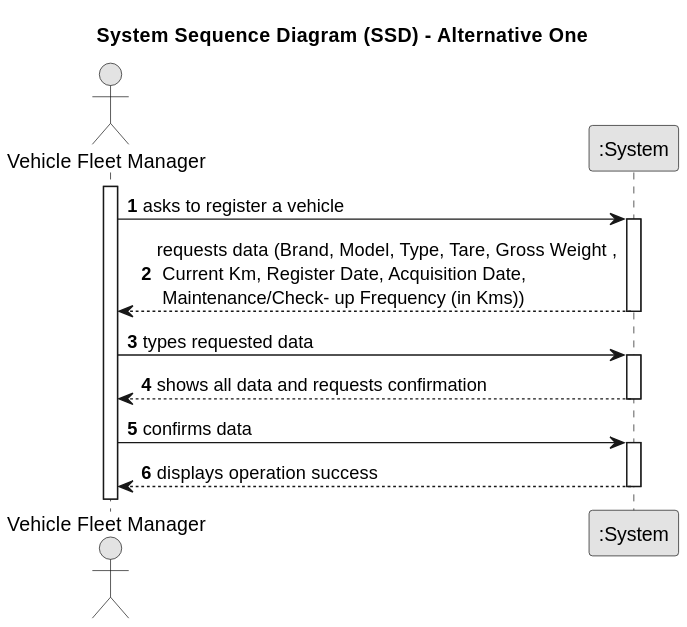
Departamento-de-Engenharia-Informatica/lei-24-s2-1dl-g121 keeps this PlantUML diagram as docs/sprintC/us024/01.requirements-engineering/svg/us024-system-sequence-diagram-alternative-one.svg. Above is the earlier version. The source it was exported from:
```plantuml
@startuml
skinparam monochrome true
skinparam packageStyle rectangle
skinparam shadowing false

title System Sequence Diagram (SSD) - Alternative One

autonumber

actor "Vehicle Fleet Manager" as Employee
participant ":System" as System

activate Employee

    Employee -> System : asks to register a vehicle
    activate System

        System --> Employee : requests data (Brand, Model, Type, Tare, Gross Weight ,\n Current Km, Register Date, Acquisition Date,\n Maintenance/Check- up Frequency (in Kms))
    deactivate System

    Employee -> System : types requested data
    activate System

        System --> Employee : shows all data and requests confirmation
    deactivate System

    Employee -> System : confirms data
    activate System

        System --> Employee : displays operation success
    deactivate System
@enduml
```
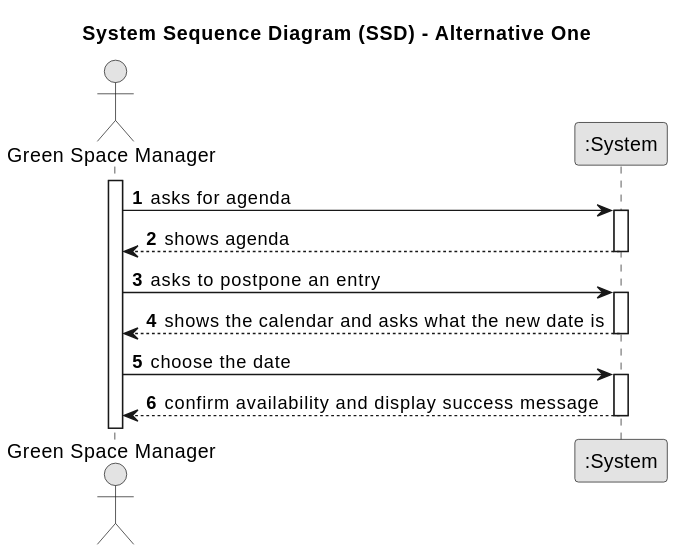
The same file after the commit.

Commit message:
DOMAIN MODEL US024

Change to the diagram source:
```diff
@@ -7,26 +7,26 @@
 
 autonumber
 
-actor "Vehicle Fleet Manager" as Employee
+actor "Green Space Manager" as Employee
 participant ":System" as System
 
 activate Employee
 
-    Employee -> System : asks to register a vehicle
+    Employee -> System : asks for agenda
     activate System
 
-        System --> Employee : requests data (Brand, Model, Type, Tare, Gross Weight ,\n Current Km, Register Date, Acquisition Date,\n Maintenance/Check- up Frequency (in Kms))
+        System --> Employee : shows agenda
     deactivate System
 
-    Employee -> System : types requested data
+    Employee -> System : asks to postpone an entry
     activate System
 
-        System --> Employee : shows all data and requests confirmation
+        System --> Employee : shows the calendar and asks what the new date is
     deactivate System
 
-    Employee -> System : confirms data
+    Employee -> System : choose the date
     activate System
 
-        System --> Employee : displays operation success
+        System --> Employee : confirm availability and display success message
     deactivate System
 @enduml
```
